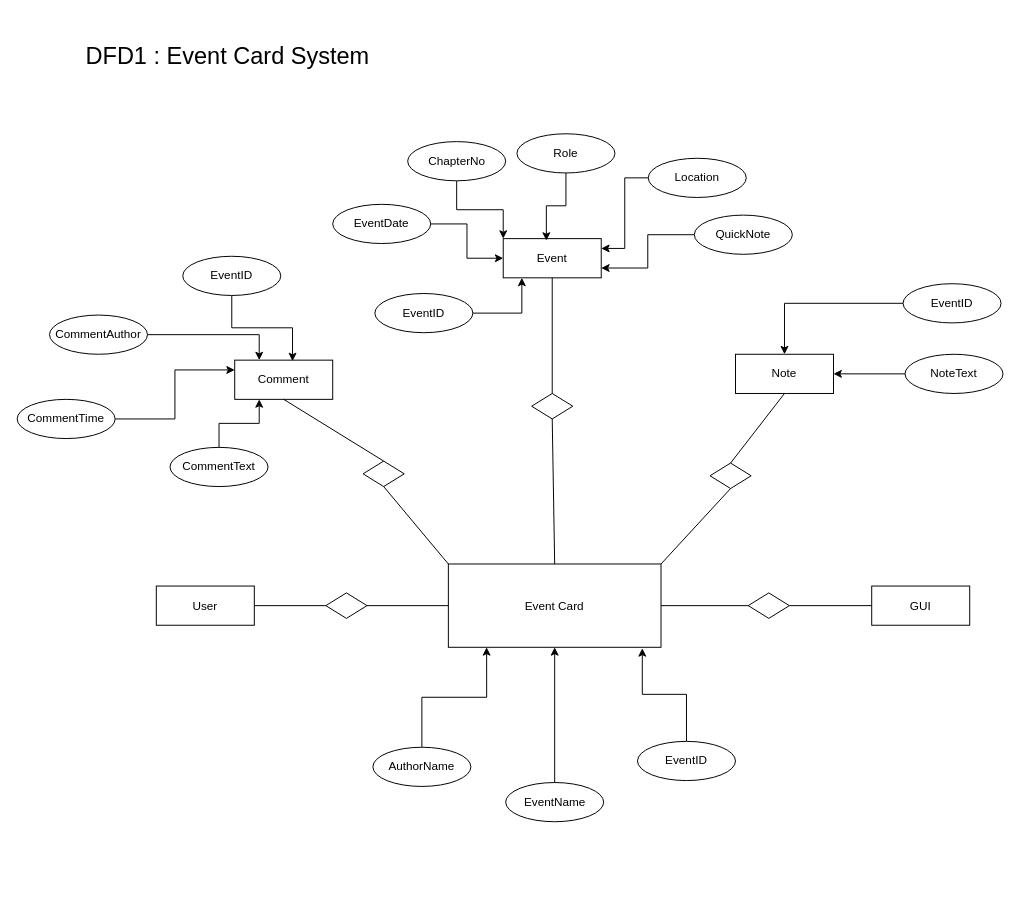
Earlier version of the draw.io diagram Document/Diagram/DFD/DFD1.drawio (Fei-D20/D20_2nd_semester_final_exam_project). Source tidied: cells renumbered, new cells numbered last; positions are measured from the earlier drawing's top-left corner, leaving out a move shared by most shapes. Both pictures are drawn from the tidied source at 98%, with x=0, y=0 at pixel (17, 17).
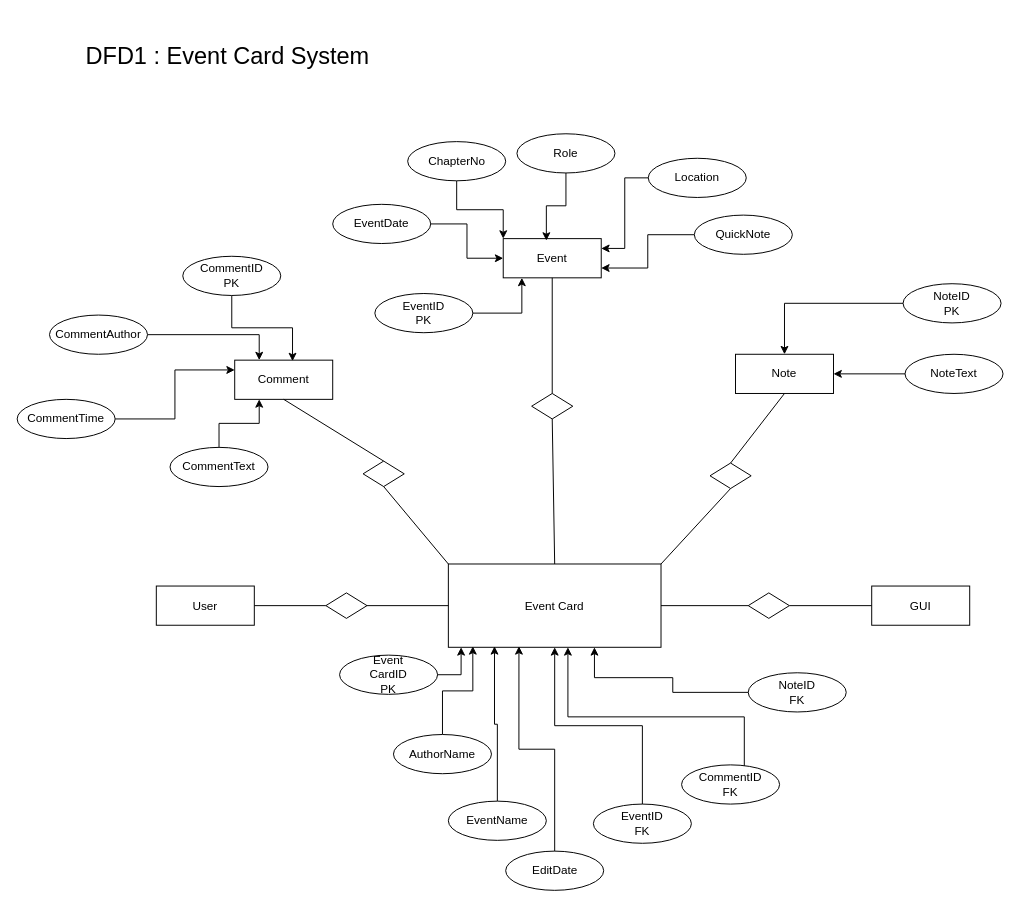
The same page after the edit.

The change refers to these unchanged cells:
```xml
<mxCell id="3" value="Event Card" style="whiteSpace=wrap;html=1;align=center;" parent="1" vertex="1">
  <mxGeometry x="440" y="558" width="217" height="85" as="geometry" />
</mxCell>
```

The edit, as a diff of the source:
```diff
@@
-    <mxCell id="24" style="edgeStyle=orthogonalEdgeStyle;rounded=0;jettySize=auto;html=1;entryX=0.18;entryY=1;entryDx=0;entryDy=0;entryPerimeter=0;" parent="1" edge="1" source="25" target="3">
+    <mxCell id="24" style="edgeStyle=orthogonalEdgeStyle;rounded=0;jettySize=auto;html=1;entryX=0.115;entryY=0.988;entryDx=0;entryDy=0;entryPerimeter=0;" parent="1" edge="1" source="25" target="3">
       <mxGeometry relative="1" as="geometry" />
     </mxCell>
     <mxCell id="25" value="AuthorName" style="ellipse;whiteSpace=wrap;html=1;align=center;" parent="1" vertex="1">
-      <mxGeometry x="363" y="745" width="100" height="40" as="geometry" />
+      <mxGeometry x="384" y="732" width="100" height="40" as="geometry" />
     </mxCell>
-    <mxCell id="26" style="edgeStyle=orthogonalEdgeStyle;rounded=0;jettySize=auto;html=1;" parent="1" edge="1" source="27" target="3">
+    <mxCell id="26" style="edgeStyle=orthogonalEdgeStyle;rounded=0;jettySize=auto;html=1;entryX=0.217;entryY=0.988;entryDx=0;entryDy=0;entryPerimeter=0;" parent="1" edge="1" source="27" target="3">
       <mxGeometry relative="1" as="geometry" />
     </mxCell>
     <mxCell id="27" value="EventName" style="ellipse;whiteSpace=wrap;html=1;align=center;" parent="1" vertex="1">
-      <mxGeometry x="498.5" y="781" width="100" height="40" as="geometry" />
+      <mxGeometry x="440" y="800" width="100" height="40" as="geometry" />
     </mxCell>
-    <mxCell id="28" style="edgeStyle=orthogonalEdgeStyle;rounded=0;jettySize=auto;html=1;entryX=0.912;entryY=1.012;entryDx=0;entryDy=0;entryPerimeter=0;" parent="1" edge="1" source="29" target="3">
-      <mxGeometry relative="1" as="geometry" />
-    </mxCell>
-    <mxCell id="29" value="EventID" style="ellipse;whiteSpace=wrap;html=1;align=center;" parent="1" vertex="1">
-      <mxGeometry x="633" y="739" width="100" height="40" as="geometry" />
+    <mxCell id="29" value="EventID&lt;br&gt;FK" style="ellipse;whiteSpace=wrap;html=1;align=center;" parent="1" vertex="1">
+      <mxGeometry x="588" y="803" width="100" height="40" as="geometry" />
     </mxCell>
@@
-    <mxCell id="49" value="EventID" style="ellipse;whiteSpace=wrap;html=1;align=center;" parent="1" vertex="1">
+    <mxCell id="49" value="NoteID&lt;br&gt;PK" style="ellipse;whiteSpace=wrap;html=1;align=center;" parent="1" vertex="1">
       <mxGeometry x="904" y="272" width="100" height="40" as="geometry" />
     </mxCell>
@@
-    <mxCell id="51" value="EventID" style="ellipse;whiteSpace=wrap;html=1;align=center;" parent="1" vertex="1">
+    <mxCell id="51" value="EventID&lt;br&gt;PK" style="ellipse;whiteSpace=wrap;html=1;align=center;" parent="1" vertex="1">
       <mxGeometry x="365" y="282" width="100" height="40" as="geometry" />
     </mxCell>
@@
-    <mxCell id="53" value="EventID" style="ellipse;whiteSpace=wrap;html=1;align=center;" parent="1" vertex="1">
+    <mxCell id="53" value="CommentID&lt;br&gt;PK" style="ellipse;whiteSpace=wrap;html=1;align=center;" parent="1" vertex="1">
       <mxGeometry x="169" y="244" width="100" height="40" as="geometry" />
     </mxCell>
+    <mxCell id="54" value="Event&lt;br&gt;CardID&lt;br&gt;PK" style="ellipse;whiteSpace=wrap;html=1;align=center;" parent="1" vertex="1">
+      <mxGeometry x="329" y="651" width="100" height="40" as="geometry" />
+    </mxCell>
+    <mxCell id="55" style="edgeStyle=orthogonalEdgeStyle;rounded=0;jettySize=auto;html=1;entryX=0.06;entryY=1;entryDx=0;entryDy=0;entryPerimeter=0;" parent="1" edge="1" source="54" target="3">
+      <mxGeometry relative="1" as="geometry" />
+    </mxCell>
+    <mxCell id="56" value="EditDate" style="ellipse;whiteSpace=wrap;html=1;align=center;" parent="1" vertex="1">
+      <mxGeometry x="498.5" y="851" width="100" height="40" as="geometry" />
+    </mxCell>
+    <mxCell id="57" value="CommentID&lt;br&gt;FK" style="ellipse;whiteSpace=wrap;html=1;align=center;" parent="1" vertex="1">
+      <mxGeometry x="678" y="763" width="100" height="40" as="geometry" />
+    </mxCell>
+    <mxCell id="58" style="edgeStyle=orthogonalEdgeStyle;rounded=0;jettySize=auto;html=1;entryX=0.332;entryY=0.988;entryDx=0;entryDy=0;entryPerimeter=0;" parent="1" edge="1" source="56" target="3">
+      <mxGeometry relative="1" as="geometry" />
+    </mxCell>
+    <mxCell id="28" style="edgeStyle=orthogonalEdgeStyle;rounded=0;jettySize=auto;html=1;" parent="1" edge="1" source="29" target="3">
+      <mxGeometry relative="1" as="geometry" />
+    </mxCell>
+    <mxCell id="59" style="edgeStyle=orthogonalEdgeStyle;rounded=0;jettySize=auto;html=1;exitX=0.64;exitY=0.025;exitDx=0;exitDy=0;exitPerimeter=0;" parent="1" edge="1" source="57" target="3">
+      <mxGeometry relative="1" as="geometry">
+        <Array as="points">
+          <mxPoint x="742" y="714" />
+          <mxPoint x="562" y="714" />
+        </Array>
+      </mxGeometry>
+    </mxCell>
+    <mxCell id="60" value="NoteID&lt;br&gt;FK" style="ellipse;whiteSpace=wrap;html=1;align=center;" parent="1" vertex="1">
+      <mxGeometry x="746" y="669" width="100" height="40" as="geometry" />
+    </mxCell>
+    <mxCell id="61" style="edgeStyle=orthogonalEdgeStyle;rounded=0;jettySize=auto;html=1;entryX=0.687;entryY=1;entryDx=0;entryDy=0;entryPerimeter=0;" parent="1" edge="1" source="60" target="3">
+      <mxGeometry relative="1" as="geometry">
+        <Array as="points">
+          <mxPoint x="669" y="689" />
+          <mxPoint x="669" y="674" />
+          <mxPoint x="589" y="674" />
+        </Array>
+      </mxGeometry>
+    </mxCell>
```
